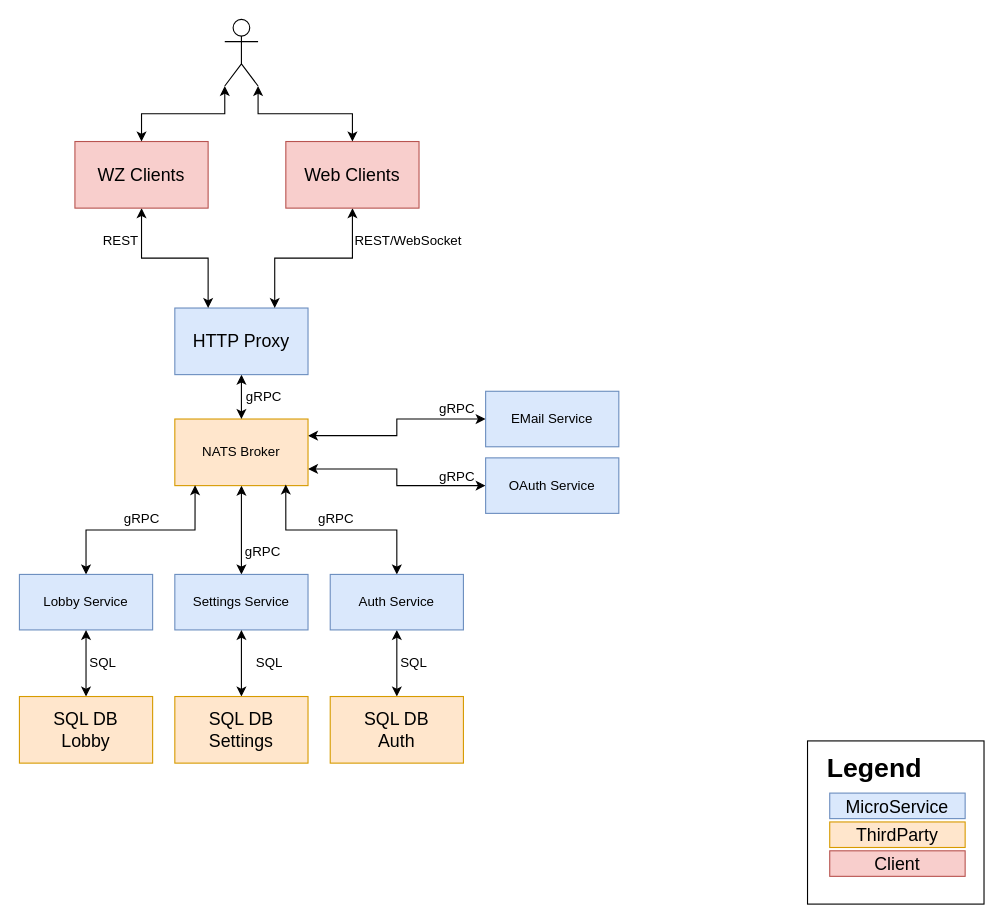
Earlier version of the draw.io diagram docs/micro-service-architecture.drawio (jochumdev/microlobby). Source tidied: cells renumbered, new cells numbered last; positions are measured from the earlier drawing's top-left corner, leaving out a move shared by most shapes. Both pictures are drawn from the tidied source at 111%, with x=0, y=0 at pixel (19, 19).
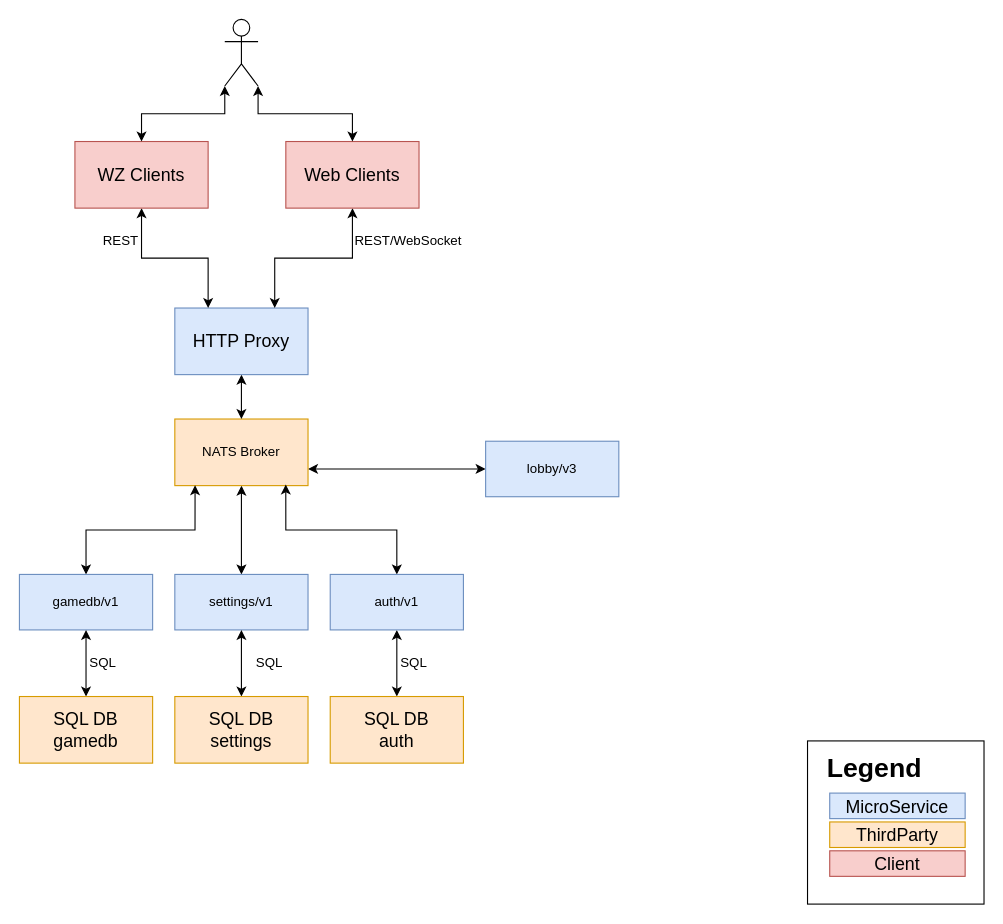
The same diagram, later.

Unchanged cells that the change refers to:
```xml
<mxCell id="6" value="NATS Broker" style="rounded=0;whiteSpace=wrap;html=1;fillColor=#ffe6cc;strokeColor=#d79b00;" parent="1" vertex="1">
  <mxGeometry x="140" y="360" width="120" height="60" as="geometry" />
</mxCell>
```

The edit, as a diff of the source:
```diff
@@
-    <mxCell id="3" style="edgeStyle=orthogonalEdgeStyle;rounded=0;jettySize=auto;html=1;exitX=1;exitY=0.25;exitDx=0;exitDy=0;entryX=0;entryY=0.5;entryDx=0;entryDy=0;startArrow=classic;startFill=1;" parent="1" edge="1" source="6" target="35">
-      <mxGeometry relative="1" as="geometry" />
-    </mxCell>
@@
-    <mxCell id="8" value="Lobby Service" style="rounded=0;whiteSpace=wrap;html=1;fillColor=#dae8fc;strokeColor=#6c8ebf;" parent="1" vertex="1">
+    <mxCell id="8" value="gamedb/v1" style="rounded=0;whiteSpace=wrap;html=1;fillColor=#dae8fc;strokeColor=#6c8ebf;" parent="1" vertex="1">
       <mxGeometry y="500" width="120" height="50" as="geometry" />
     </mxCell>
@@
-    <mxCell id="15" value="Auth Service" style="rounded=0;whiteSpace=wrap;html=1;fillColor=#dae8fc;strokeColor=#6c8ebf;" parent="1" vertex="1">
+    <mxCell id="15" value="auth/v1" style="rounded=0;whiteSpace=wrap;html=1;fillColor=#dae8fc;strokeColor=#6c8ebf;" parent="1" vertex="1">
       <mxGeometry x="280" y="500" width="120" height="50" as="geometry" />
     </mxCell>
@@
-    <mxCell id="23" value="SQL DB&lt;br&gt;Lobby" style="rounded=0;whiteSpace=wrap;html=1;fontSize=16;fillColor=#ffe6cc;strokeColor=#d79b00;" parent="1" vertex="1">
+    <mxCell id="23" value="SQL DB&lt;br&gt;gamedb" style="rounded=0;whiteSpace=wrap;html=1;fontSize=16;fillColor=#ffe6cc;strokeColor=#d79b00;" parent="1" vertex="1">
       <mxGeometry y="610" width="120" height="60" as="geometry" />
     </mxCell>
-    <mxCell id="24" value="SQL DB&lt;br&gt;Auth" style="rounded=0;whiteSpace=wrap;html=1;fontSize=16;fillColor=#ffe6cc;strokeColor=#d79b00;" parent="1" vertex="1">
+    <mxCell id="24" value="SQL DB&lt;br&gt;auth" style="rounded=0;whiteSpace=wrap;html=1;fontSize=16;fillColor=#ffe6cc;strokeColor=#d79b00;" parent="1" vertex="1">
       <mxGeometry x="280" y="610" width="120" height="60" as="geometry" />
     </mxCell>
@@
-    <mxCell id="30" value="gRPC" style="text;html=1;align=center;verticalAlign=middle;strokeColor=none;fillColor=none;" parent="1" vertex="1">
-      <mxGeometry x="195" y="330" width="50" height="20" as="geometry" />
-    </mxCell>
-    <mxCell id="31" value="gRPC" style="text;html=1;align=center;verticalAlign=middle;strokeColor=none;fillColor=none;" parent="1" vertex="1">
-      <mxGeometry x="260" y="440" width="50" height="20" as="geometry" />
-    </mxCell>
-    <mxCell id="32" value="gRPC" style="text;html=1;align=center;verticalAlign=middle;strokeColor=none;fillColor=none;" parent="1" vertex="1">
-      <mxGeometry x="85" y="440" width="50" height="20" as="geometry" />
-    </mxCell>
@@
-    <mxCell id="35" value="EMail Service" style="whiteSpace=wrap;html=1;fillColor=#dae8fc;strokeColor=#6c8ebf;" parent="1" vertex="1">
-      <mxGeometry x="420" y="335" width="120" height="50" as="geometry" />
-    </mxCell>
-    <mxCell id="36" value="OAuth Service" style="whiteSpace=wrap;html=1;fillColor=#dae8fc;strokeColor=#6c8ebf;" parent="1" vertex="1">
-      <mxGeometry x="420" y="395" width="120" height="50" as="geometry" />
+    <mxCell id="36" value="lobby/v3" style="whiteSpace=wrap;html=1;fillColor=#dae8fc;strokeColor=#6c8ebf;" parent="1" vertex="1">
+      <mxGeometry x="420" y="380" width="120" height="50" as="geometry" />
     </mxCell>
-    <mxCell id="37" value="gRPC" style="text;html=1;align=center;verticalAlign=middle;strokeColor=none;fillColor=none;" parent="1" vertex="1">
-      <mxGeometry x="369" y="341" width="50" height="20" as="geometry" />
-    </mxCell>
-    <mxCell id="38" value="gRPC" style="text;html=1;align=center;verticalAlign=middle;strokeColor=none;fillColor=none;" parent="1" vertex="1">
-      <mxGeometry x="369" y="402" width="50" height="20" as="geometry" />
-    </mxCell>
-    <mxCell id="39" value="Settings Service" style="whiteSpace=wrap;html=1;fillColor=#dae8fc;strokeColor=#6c8ebf;" parent="1" vertex="1">
+    <mxCell id="39" value="settings/v1" style="whiteSpace=wrap;html=1;fillColor=#dae8fc;strokeColor=#6c8ebf;" parent="1" vertex="1">
       <mxGeometry x="140" y="500" width="120" height="50" as="geometry" />
     </mxCell>
-    <mxCell id="40" value="gRPC" style="text;html=1;align=center;verticalAlign=middle;strokeColor=none;fillColor=none;" parent="1" vertex="1">
-      <mxGeometry x="194" y="470" width="50" height="20" as="geometry" />
-    </mxCell>
@@
-    <mxCell id="42" value="SQL DB&lt;br&gt;Settings" style="rounded=0;whiteSpace=wrap;html=1;fontSize=16;fillColor=#ffe6cc;strokeColor=#d79b00;" parent="1" vertex="1">
+    <mxCell id="42" value="SQL DB&lt;br&gt;settings" style="rounded=0;whiteSpace=wrap;html=1;fontSize=16;fillColor=#ffe6cc;strokeColor=#d79b00;" parent="1" vertex="1">
       <mxGeometry x="140" y="610" width="120" height="60" as="geometry" />
     </mxCell>
```
